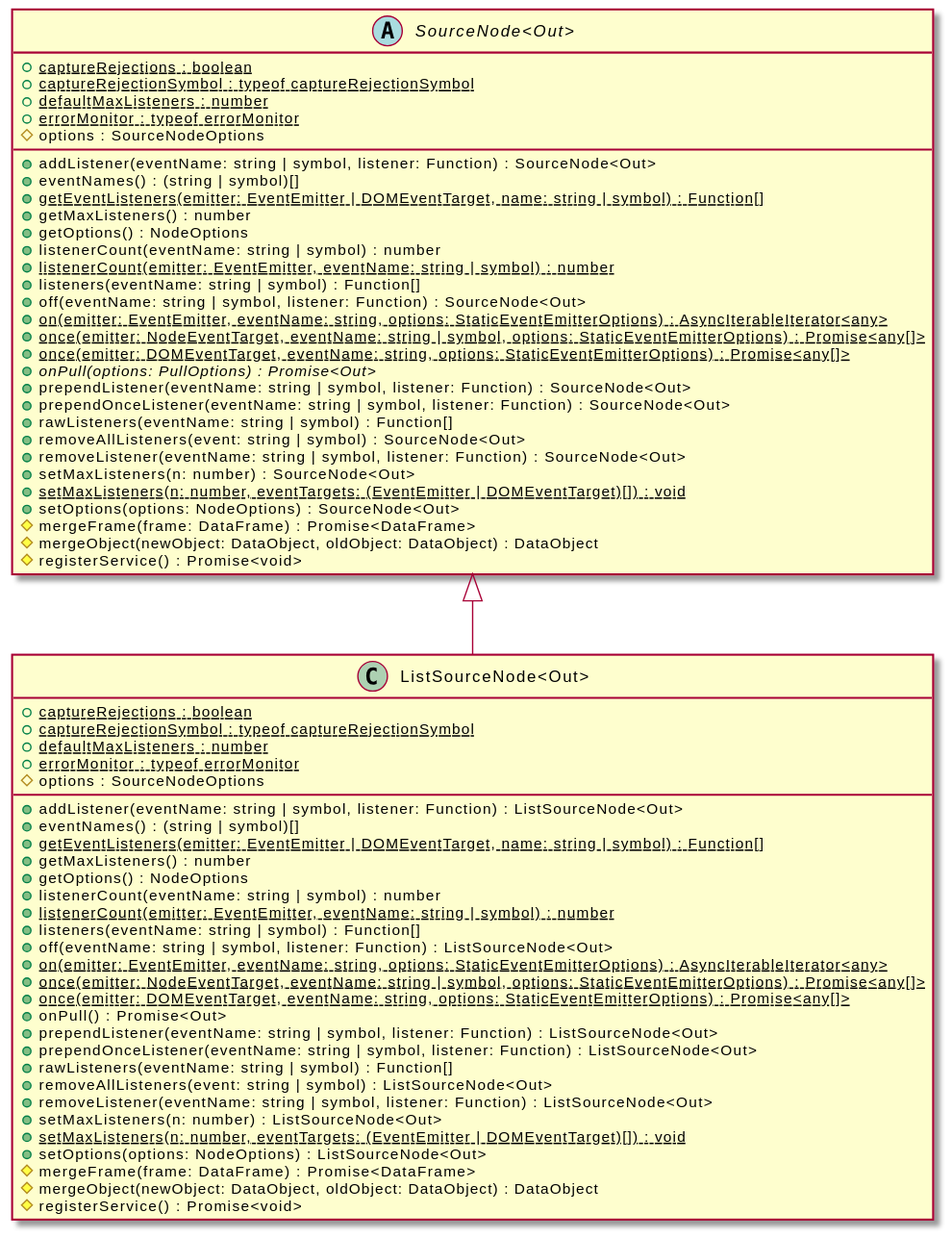
Earlier version of the PlantUML export assets/ListSourceNode-umlClassDiagram-12516.svg (OpenHPS/openhps-core).
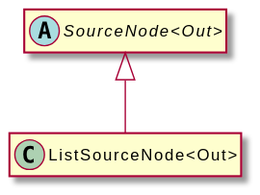
After the commit.

Diff of the diagram source:
```diff
@@ -3,66 +3,8 @@
 hide empty methods
 hide empty fields
 class "ListSourceNode<Out>" {
-    {static} +captureRejections : boolean
-    {static} +captureRejectionSymbol : typeof captureRejectionSymbol
-    {static} +defaultMaxListeners : number
-    {static} +errorMonitor : typeof errorMonitor
-    #options : SourceNodeOptions
-    +addListener(eventName: string | symbol, listener: Function) : ListSourceNode<Out>
-    +eventNames() : (string | symbol)[]
-    {static} +getEventListeners(emitter: EventEmitter | DOMEventTarget, name: string | symbol) : Function[]
-    +getMaxListeners() : number
-    +getOptions() : NodeOptions
-    +listenerCount(eventName: string | symbol) : number
-    {static} +listenerCount(emitter: EventEmitter, eventName: string | symbol) : number
-    +listeners(eventName: string | symbol) : Function[]
-    +off(eventName: string | symbol, listener: Function) : ListSourceNode<Out>
-    {static} +on(emitter: EventEmitter, eventName: string, options: StaticEventEmitterOptions) : AsyncIterableIterator<any>
-    {static} +once(emitter: NodeEventTarget, eventName: string | symbol, options: StaticEventEmitterOptions) : Promise<any[]>
-    {static} +once(emitter: DOMEventTarget, eventName: string, options: StaticEventEmitterOptions) : Promise<any[]>
-    +onPull() : Promise<Out>
-    +prependListener(eventName: string | symbol, listener: Function) : ListSourceNode<Out>
-    +prependOnceListener(eventName: string | symbol, listener: Function) : ListSourceNode<Out>
-    +rawListeners(eventName: string | symbol) : Function[]
-    +removeAllListeners(event: string | symbol) : ListSourceNode<Out>
-    +removeListener(eventName: string | symbol, listener: Function) : ListSourceNode<Out>
-    +setMaxListeners(n: number) : ListSourceNode<Out>
-    {static} +setMaxListeners(n: number, eventTargets: (EventEmitter | DOMEventTarget)[]) : void
-    +setOptions(options: NodeOptions) : ListSourceNode<Out>
-    #mergeFrame(frame: DataFrame) : Promise<DataFrame>
-    #mergeObject(newObject: DataObject, oldObject: DataObject) : DataObject
-    #registerService() : Promise<void>
 }
 abstract class "SourceNode<Out>" {
-    {static} +captureRejections : boolean
-    {static} +captureRejectionSymbol : typeof captureRejectionSymbol
-    {static} +defaultMaxListeners : number
-    {static} +errorMonitor : typeof errorMonitor
-    #options : SourceNodeOptions
-    +addListener(eventName: string | symbol, listener: Function) : SourceNode<Out>
-    +eventNames() : (string | symbol)[]
-    {static} +getEventListeners(emitter: EventEmitter | DOMEventTarget, name: string | symbol) : Function[]
-    +getMaxListeners() : number
-    +getOptions() : NodeOptions
-    +listenerCount(eventName: string | symbol) : number
-    {static} +listenerCount(emitter: EventEmitter, eventName: string | symbol) : number
-    +listeners(eventName: string | symbol) : Function[]
-    +off(eventName: string | symbol, listener: Function) : SourceNode<Out>
-    {static} +on(emitter: EventEmitter, eventName: string, options: StaticEventEmitterOptions) : AsyncIterableIterator<any>
-    {static} +once(emitter: NodeEventTarget, eventName: string | symbol, options: StaticEventEmitterOptions) : Promise<any[]>
-    {static} +once(emitter: DOMEventTarget, eventName: string, options: StaticEventEmitterOptions) : Promise<any[]>
-    {abstract} +onPull(options: PullOptions) : Promise<Out>
-    +prependListener(eventName: string | symbol, listener: Function) : SourceNode<Out>
-    +prependOnceListener(eventName: string | symbol, listener: Function) : SourceNode<Out>
-    +rawListeners(eventName: string | symbol) : Function[]
-    +removeAllListeners(event: string | symbol) : SourceNode<Out>
-    +removeListener(eventName: string | symbol, listener: Function) : SourceNode<Out>
-    +setMaxListeners(n: number) : SourceNode<Out>
-    {static} +setMaxListeners(n: number, eventTargets: (EventEmitter | DOMEventTarget)[]) : void
-    +setOptions(options: NodeOptions) : SourceNode<Out>
-    #mergeFrame(frame: DataFrame) : Promise<DataFrame>
-    #mergeObject(newObject: DataObject, oldObject: DataObject) : DataObject
-    #registerService() : Promise<void>
 }
 "SourceNode<Out>" <|-- "ListSourceNode<Out>"
 @enduml
```
